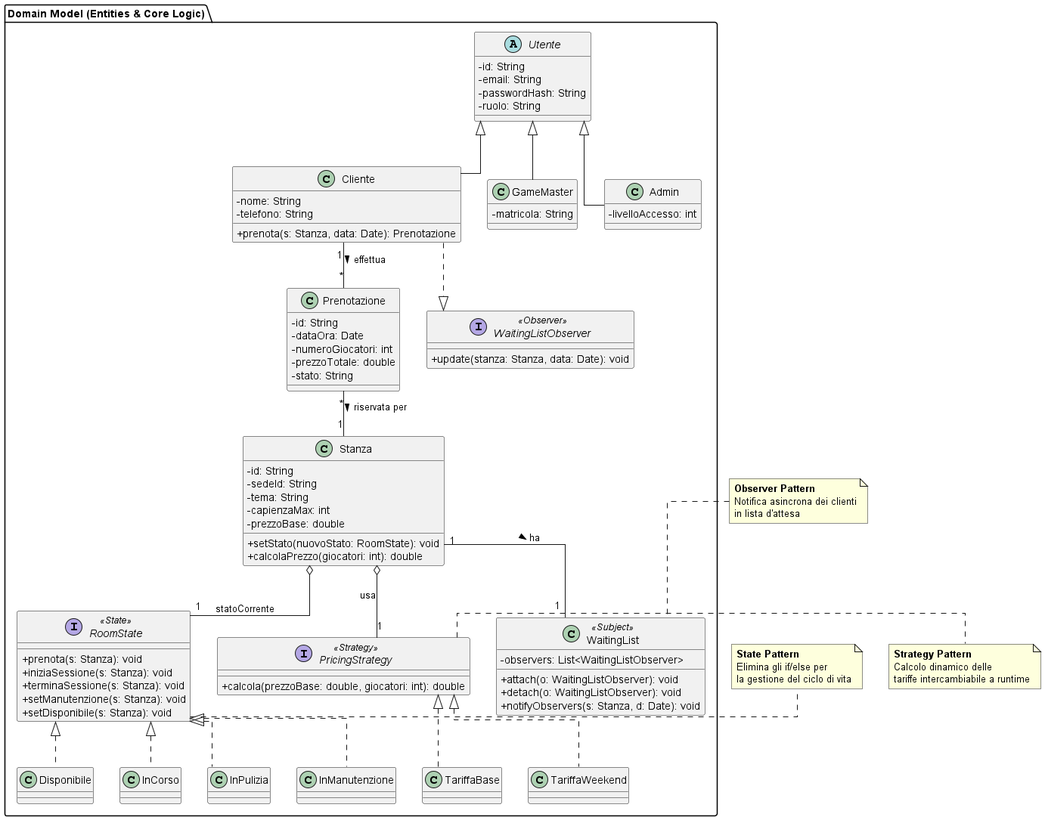
Before: LaTeX/images/domain_model.png, a diagram exported from PlantUML (Adrycasta04/EscapeManager).
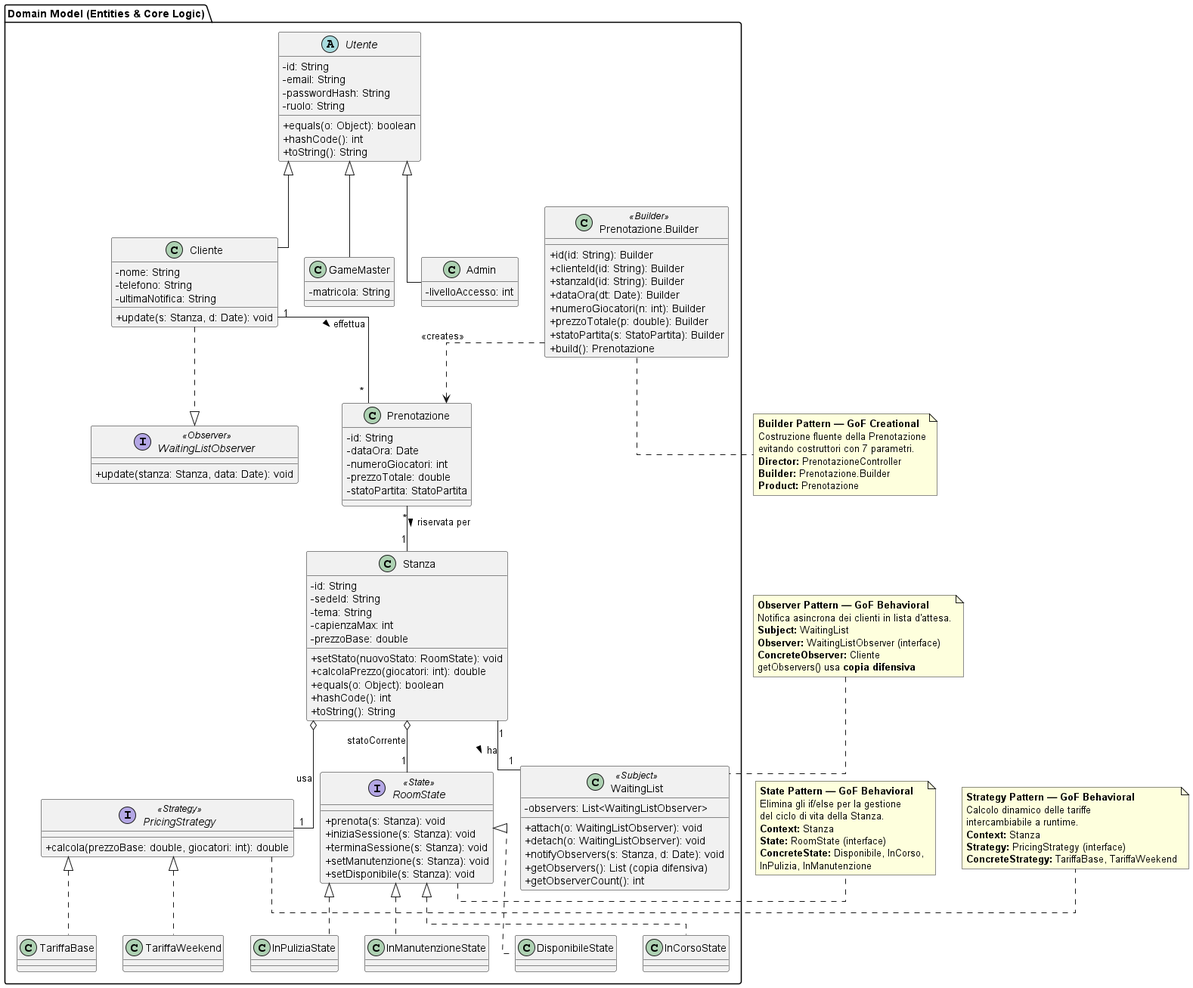
After the commit.

The edit, as a diff of the source:
```diff
@@ -9,11 +9,15 @@
         - email: String
         - passwordHash: String
         - ruolo: String
+        + equals(o: Object): boolean
+        + hashCode(): int
+        + toString(): String
     }
     class Cliente {
         - nome: String
         - telefono: String
-        + prenota(s: Stanza, data: Date): Prenotazione
+        - ultimaNotifica: String
+        + update(s: Stanza, d: Date): void
     }
     class GameMaster {
         - matricola: String
@@ -33,6 +37,9 @@
         - prezzoBase: double
         + setStato(nuovoStato: RoomState): void
         + calcolaPrezzo(giocatori: int): double
+        + equals(o: Object): boolean
+        + hashCode(): int
+        + toString(): String
     }
 
     class Prenotazione {
@@ -40,8 +47,20 @@
         - dataOra: Date
         - numeroGiocatori: int
         - prezzoTotale: double
-        - stato: String
+        - statoPartita: StatoPartita
     }
+    class "Prenotazione.Builder" as PBuilder <<Builder>> {
+        + id(id: String): Builder
+        + clienteId(id: String): Builder
+        + stanzaId(id: String): Builder
+        + dataOra(dt: Date): Builder
+        + numeroGiocatori(n: int): Builder
+        + prezzoTotale(p: double): Builder
+        + statoPartita(s: StatoPartita): Builder
+        + build(): Prenotazione
+    }
+    PBuilder ..> Prenotazione : <<creates>>
+
     Cliente "1" -- "*" Prenotazione : effettua >
     Prenotazione "*" -- "1" Stanza : riservata per >
 
@@ -53,6 +72,8 @@
         + attach(o: WaitingListObserver): void
         + detach(o: WaitingListObserver): void
         + notifyObservers(s: Stanza, d: Date): void
+        + getObservers(): List (copia difensiva)
+        + getObserverCount(): int
     }
     Cliente ..|> WaitingListObserver
     Stanza "1" -- "1" WaitingList : ha >
@@ -64,10 +85,10 @@
         + setManutenzione(s: Stanza): void
         + setDisponibile(s: Stanza): void
     }
-    class Disponibile implements RoomState
-    class InCorso implements RoomState
-    class InPulizia implements RoomState
-    class InManutenzione implements RoomState
+    class DisponibileState implements RoomState
+    class InCorsoState implements RoomState
+    class InPuliziaState implements RoomState
+    class InManutenzioneState implements RoomState
 
     Stanza o-- "1" RoomState : statoCorrente
 
@@ -80,8 +101,41 @@
     Stanza o-- "1" PricingStrategy : usa
 }
 
-note right of RoomState : **State Pattern**\nElimina gli if/else per\nla gestione del ciclo di vita
-note right of PricingStrategy : **Strategy Pattern**\nCalcolo dinamico delle\ntariffe intercambiabile a runtime
-note top of WaitingList : **Observer Pattern**\nNotifica asincrona dei clienti\nin lista d'attesa
+note right of RoomState
+    **State Pattern — GoF Behavioral**
+    Elimina gli if/else per la gestione
+    del ciclo di vita della Stanza.
+    **Context:** Stanza
+    **State:** RoomState (interface)
+    **ConcreteState:** Disponibile, InCorso,
+    InPulizia, InManutenzione
+end note
+
+note right of PricingStrategy
+    **Strategy Pattern — GoF Behavioral**
+    Calcolo dinamico delle tariffe
+    intercambiabile a runtime.
+    **Context:** Stanza
+    **Strategy:** PricingStrategy (interface)
+    **ConcreteStrategy:** TariffaBase, TariffaWeekend
+end note
+
+note top of WaitingList
+    **Observer Pattern — GoF Behavioral**
+    Notifica asincrona dei clienti in lista d'attesa.
+    **Subject:** WaitingList
+    **Observer:** WaitingListObserver (interface)
+    **ConcreteObserver:** Cliente
+    getObservers() usa **copia difensiva**
+end note
+
+note bottom of PBuilder
+    **Builder Pattern — GoF Creational**
+    Costruzione fluente della Prenotazione
+    evitando costruttori con 7 parametri.
+    **Director:** PrenotazioneController
+    **Builder:** Prenotazione.Builder
+    **Product:** Prenotazione
+end note
 
 @enduml
```
